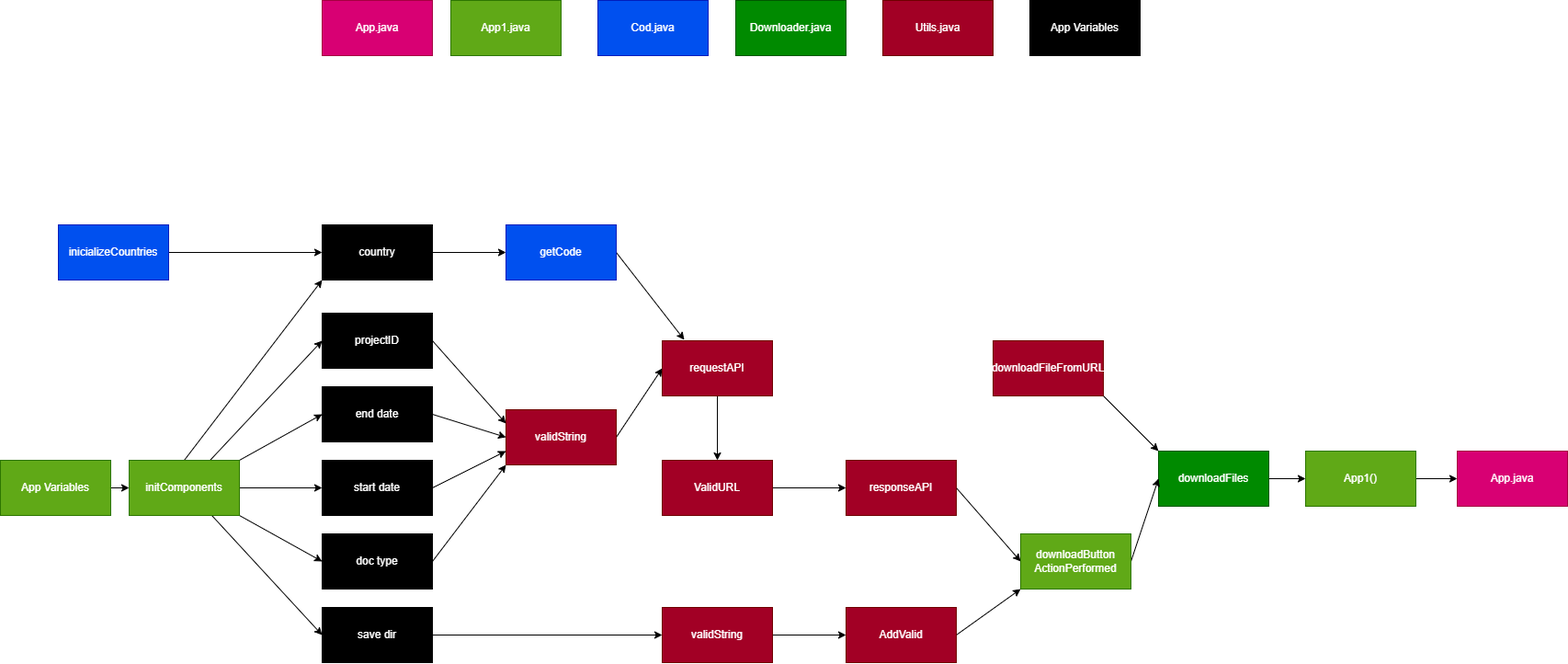
This is figs/map.png from TJhon/Java-WB, a draw.io export, as it was before one commit. Source tidied: cells renumbered, new cells last; positions are measured from the earlier drawing's top-left corner, leaving out a move shared by most shapes.
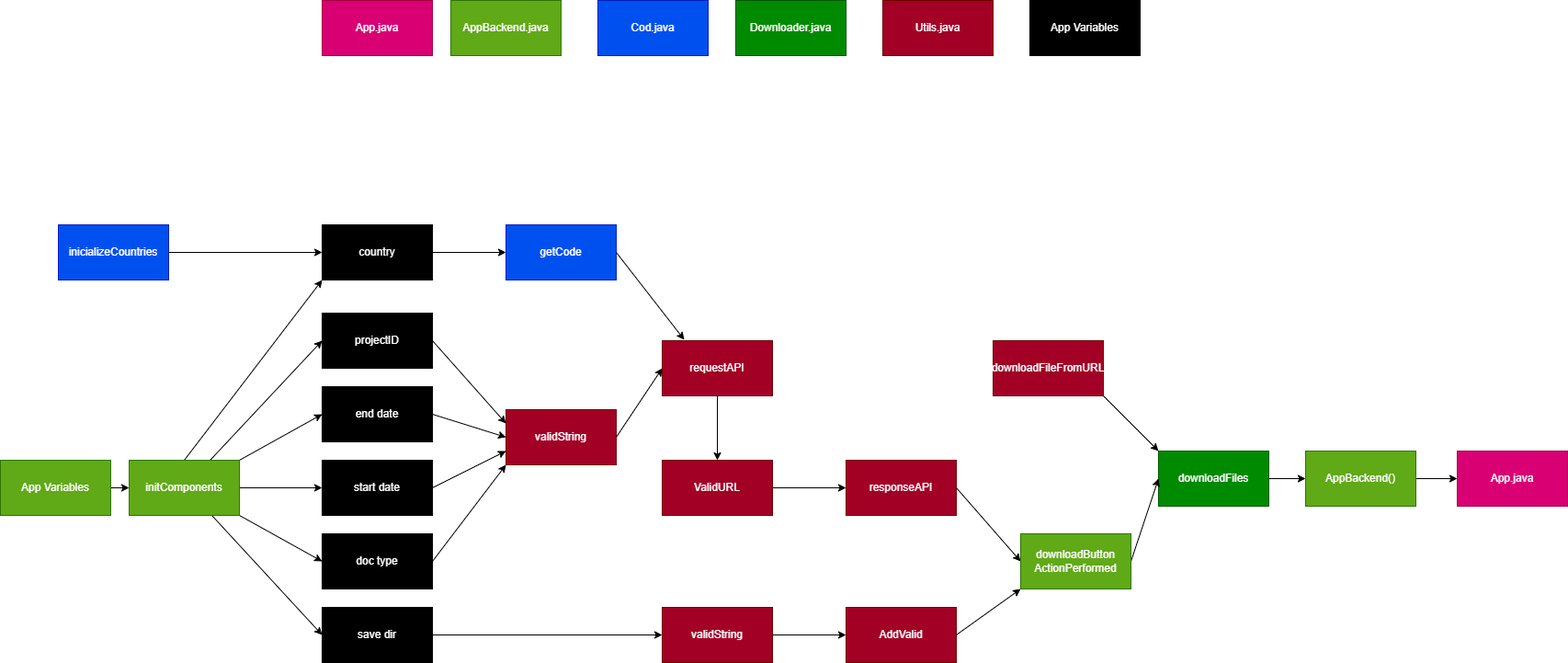
Later version of the same file.

The edit, as a diff of the source:
```diff
@@ -5,7 +5,7 @@
     <mxCell id="2" value="App.java" style="whiteSpace=wrap;html=1;fillColor=#d80073;fontColor=#ffffff;strokeColor=#A50040;" parent="1" vertex="1">
       <mxGeometry x="350" width="120" height="60" as="geometry" />
     </mxCell>
-    <mxCell id="3" value="App1.java" style="whiteSpace=wrap;html=1;fillColor=#60a917;fontColor=#ffffff;strokeColor=#2D7600;" parent="1" vertex="1">
+    <mxCell id="3" value="AppBackend.java" style="whiteSpace=wrap;html=1;fillColor=#60a917;fontColor=#ffffff;strokeColor=#2D7600;" parent="1" vertex="1">
       <mxGeometry x="490" width="120" height="60" as="geometry" />
     </mxCell>
     <mxCell id="4" value="Cod.java" style="whiteSpace=wrap;html=1;fillColor=#0050ef;fontColor=#ffffff;strokeColor=#001DBC;" parent="1" vertex="1">
@@ -74,7 +74,7 @@
     <mxCell id="25" style="edgeStyle=none;html=1;exitX=1;exitY=0.5;exitDx=0;exitDy=0;entryX=0;entryY=0.5;entryDx=0;entryDy=0;strokeColor=#000000;" parent="1" edge="1" source="26" target="34">
       <mxGeometry relative="1" as="geometry" />
     </mxCell>
-    <mxCell id="26" value="App1()" style="whiteSpace=wrap;html=1;fillColor=#60a917;fontColor=#ffffff;strokeColor=#2D7600;" parent="1" vertex="1">
+    <mxCell id="26" value="AppBackend()" style="whiteSpace=wrap;html=1;fillColor=#60a917;fontColor=#ffffff;strokeColor=#2D7600;" parent="1" vertex="1">
       <mxGeometry x="1420" y="490" width="120" height="60" as="geometry" />
     </mxCell>
     <mxCell id="27" style="edgeStyle=none;html=1;entryX=0;entryY=0.5;entryDx=0;entryDy=0;strokeColor=#000000;" parent="1" edge="1" source="33" target="49">
```
